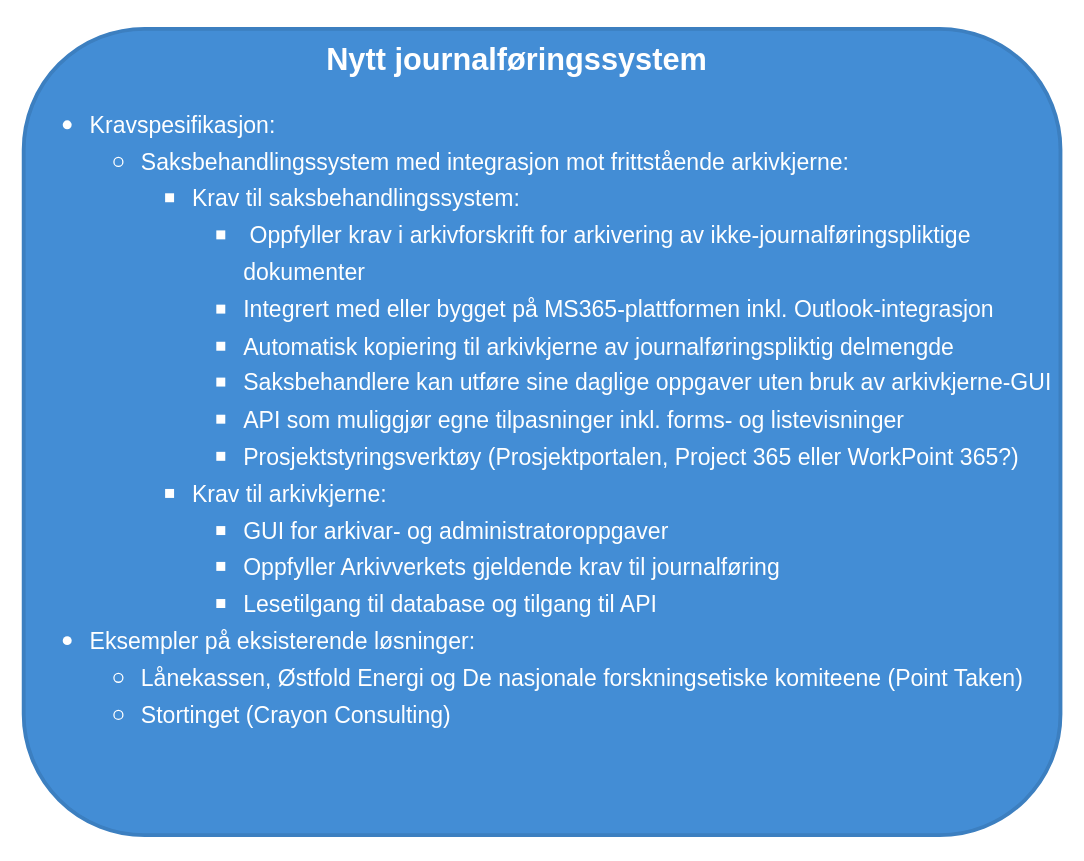
The draw.io diagram page "Nytt journalføringssystem" (7 of 14) of .drawio in mortenee/draw.io, before the edit. Source tidied: cells renumbered, new cells numbered last; positions are measured from the earlier drawing's top-left corner, leaving out a move shared by most shapes. Both pictures are drawn from the tidied source at 128%, with x=0, y=0 at pixel (23, 28).
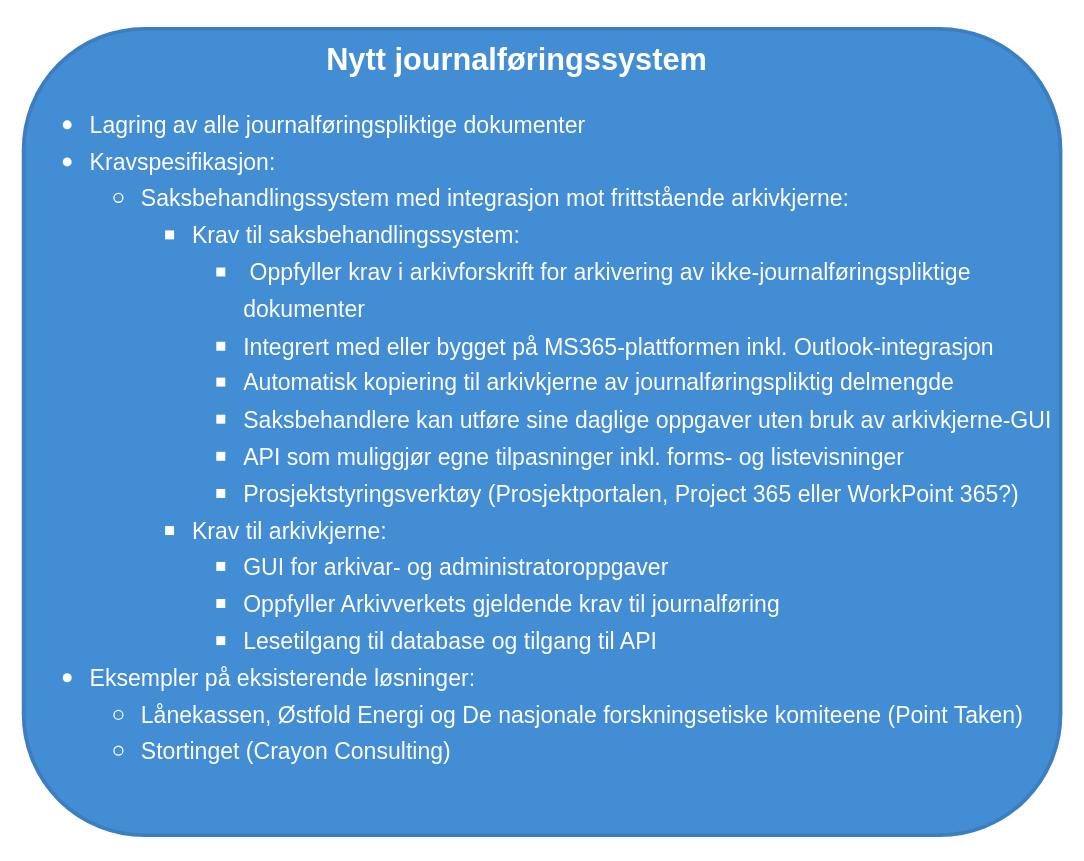
The same page after the edit.

Change to the diagram source:
```diff
@@
 <mxGraphModel>
   <root>
     <mxCell id="0" />
     <mxCell id="1" parent="0" />
-    <mxCell id="2" value="&lt;h1 style=&quot;margin-top: 0px;&quot;&gt;&lt;div&gt;&lt;span style=&quot;font-size: 18px; font-weight: 400;&quot;&gt;&lt;br&gt;&lt;/span&gt;&lt;/div&gt;&lt;ul&gt;&lt;li&gt;&lt;span style=&quot;font-size: 18px; font-weight: 400;&quot;&gt;Kravspesifikasjon:&lt;/span&gt;&lt;/li&gt;&lt;ul&gt;&lt;li&gt;&lt;span style=&quot;background-color: initial; font-size: 18px; font-weight: 400;&quot;&gt;Saksbehandlingssystem med integrasjon mot frittstående arkivkjerne:&lt;/span&gt;&lt;/li&gt;&lt;ul&gt;&lt;li&gt;&lt;span style=&quot;font-size: 18px; font-weight: 400;&quot;&gt;Krav til saksbehandlingssystem:&lt;/span&gt;&lt;/li&gt;&lt;ul&gt;&lt;li&gt;&lt;span style=&quot;font-size: 18px; font-weight: 400;&quot;&gt;&amp;nbsp;Oppfyller krav i arkivforskrift for arkivering av ikke-journalføringspliktige dokumenter&lt;/span&gt;&lt;/li&gt;&lt;li&gt;&lt;span style=&quot;font-size: 18px; font-weight: 400;&quot;&gt;Integrert med eller bygget på MS365-plattformen inkl. Outlook-integrasjon&lt;/span&gt;&lt;/li&gt;&lt;li&gt;&lt;span style=&quot;font-size: 18px; font-weight: 400;&quot;&gt;Automatisk kopiering til arkivkjerne av journalføringspliktig delmengde&lt;/span&gt;&lt;/li&gt;&lt;li&gt;&lt;span style=&quot;font-size: 18px; font-weight: 400;&quot;&gt;Saksbehandlere kan utføre sine daglige oppgaver uten bruk av arkivkjerne-GUI&lt;/span&gt;&lt;/li&gt;&lt;li&gt;&lt;span style=&quot;font-size: 18px; font-weight: 400;&quot;&gt;API som muliggjør egne tilpasninger inkl. forms- og listevisninger&amp;nbsp;&lt;/span&gt;&lt;/li&gt;&lt;li&gt;&lt;span style=&quot;font-size: 18px; font-weight: 400;&quot;&gt;Prosjektstyringsverktøy (Prosjektportalen, Project 365 eller WorkPoint 365?)&lt;/span&gt;&lt;/li&gt;&lt;/ul&gt;&lt;li&gt;&lt;span style=&quot;font-size: 18px; font-weight: 400;&quot;&gt;Krav til arkivkjerne:&lt;/span&gt;&lt;/li&gt;&lt;ul&gt;&lt;li&gt;&lt;span style=&quot;font-size: 18px; font-weight: 400;&quot;&gt;GUI for arkivar- og administratoroppgaver&lt;/span&gt;&lt;/li&gt;&lt;li&gt;&lt;span style=&quot;font-size: 18px; font-weight: 400;&quot;&gt;Oppfyller Arkivverkets gjeldende krav til journalføring&lt;/span&gt;&lt;/li&gt;&lt;li&gt;&lt;span style=&quot;font-size: 18px; font-weight: 400;&quot;&gt;Lesetilgang til database og tilgang til API&lt;span style=&quot;white-space: pre;&quot;&gt;&#9;&lt;/span&gt;&amp;nbsp;&lt;/span&gt;&lt;/li&gt;&lt;/ul&gt;&lt;/ul&gt;&lt;/ul&gt;&lt;li&gt;&lt;span style=&quot;font-size: 18px; font-weight: 400; background-color: initial;&quot;&gt;Eksempler på eksisterende løsninger:&lt;/span&gt;&lt;/li&gt;&lt;ul&gt;&lt;li&gt;&lt;span style=&quot;font-size: 18px; font-weight: 400;&quot;&gt;Lånekassen, Østfold Energi og De nasjonale forskningsetiske komiteene (Point Taken)&lt;/span&gt;&lt;/li&gt;&lt;li&gt;&lt;span style=&quot;font-size: 18px; font-weight: 400;&quot;&gt;Stortinget (Crayon Consulting)&lt;/span&gt;&lt;/li&gt;&lt;/ul&gt;&lt;/ul&gt;&lt;/h1&gt;" style="text;html=1;whiteSpace=wrap;overflow=hidden;rounded=1;fillColor=#438dd5;strokeColor=#3c7fc0;fontColor=#ffffff;fontFamily=Helvetica;fontSize=12;labelBackgroundColor=none;glass=0;shadow=0;strokeWidth=3;spacingLeft=10;" parent="1" vertex="1">
+    <mxCell id="2" value="&lt;h1 style=&quot;margin-top: 0px;&quot;&gt;&lt;div&gt;&lt;span style=&quot;font-size: 18px; font-weight: 400;&quot;&gt;&lt;br&gt;&lt;/span&gt;&lt;/div&gt;&lt;ul&gt;&lt;li&gt;&lt;span style=&quot;font-size: 18px; font-weight: 400;&quot;&gt;Lagring av alle journalføringspliktige dokumenter&lt;/span&gt;&lt;/li&gt;&lt;li&gt;&lt;span style=&quot;font-size: 18px; font-weight: 400;&quot;&gt;Kravspesifikasjon:&lt;/span&gt;&lt;/li&gt;&lt;ul&gt;&lt;li&gt;&lt;span style=&quot;background-color: initial; font-size: 18px; font-weight: 400;&quot;&gt;Saksbehandlingssystem med integrasjon mot frittstående arkivkjerne:&lt;/span&gt;&lt;/li&gt;&lt;ul&gt;&lt;li&gt;&lt;span style=&quot;font-size: 18px; font-weight: 400;&quot;&gt;Krav til saksbehandlingssystem:&lt;/span&gt;&lt;/li&gt;&lt;ul&gt;&lt;li&gt;&lt;span style=&quot;font-size: 18px; font-weight: 400;&quot;&gt;&amp;nbsp;Oppfyller krav i arkivforskrift for arkivering av ikke-journalføringspliktige dokumenter&lt;/span&gt;&lt;/li&gt;&lt;li&gt;&lt;span style=&quot;font-size: 18px; font-weight: 400;&quot;&gt;Integrert med eller bygget på MS365-plattformen inkl. Outlook-integrasjon&lt;/span&gt;&lt;/li&gt;&lt;li&gt;&lt;span style=&quot;font-size: 18px; font-weight: 400;&quot;&gt;Automatisk kopiering til arkivkjerne av journalføringspliktig delmengde&lt;/span&gt;&lt;/li&gt;&lt;li&gt;&lt;span style=&quot;font-size: 18px; font-weight: 400;&quot;&gt;Saksbehandlere kan utføre sine daglige oppgaver uten bruk av arkivkjerne-GUI&lt;/span&gt;&lt;/li&gt;&lt;li&gt;&lt;span style=&quot;font-size: 18px; font-weight: 400;&quot;&gt;API som muliggjør egne tilpasninger inkl. forms- og listevisninger&amp;nbsp;&lt;/span&gt;&lt;/li&gt;&lt;li&gt;&lt;span style=&quot;font-size: 18px; font-weight: 400;&quot;&gt;Prosjektstyringsverktøy (Prosjektportalen, Project 365 eller WorkPoint 365?)&lt;/span&gt;&lt;/li&gt;&lt;/ul&gt;&lt;li&gt;&lt;span style=&quot;font-size: 18px; font-weight: 400;&quot;&gt;Krav til arkivkjerne:&lt;/span&gt;&lt;/li&gt;&lt;ul&gt;&lt;li&gt;&lt;span style=&quot;font-size: 18px; font-weight: 400;&quot;&gt;GUI for arkivar- og administratoroppgaver&lt;/span&gt;&lt;/li&gt;&lt;li&gt;&lt;span style=&quot;font-size: 18px; font-weight: 400;&quot;&gt;Oppfyller Arkivverkets gjeldende krav til journalføring&lt;/span&gt;&lt;/li&gt;&lt;li&gt;&lt;span style=&quot;font-size: 18px; font-weight: 400;&quot;&gt;Lesetilgang til database og tilgang til API&lt;span style=&quot;white-space: pre;&quot;&gt;&#9;&lt;/span&gt;&amp;nbsp;&lt;/span&gt;&lt;/li&gt;&lt;/ul&gt;&lt;/ul&gt;&lt;/ul&gt;&lt;li&gt;&lt;span style=&quot;font-size: 18px; font-weight: 400; background-color: initial;&quot;&gt;Eksempler på eksisterende løsninger:&lt;/span&gt;&lt;/li&gt;&lt;ul&gt;&lt;li&gt;&lt;span style=&quot;font-size: 18px; font-weight: 400;&quot;&gt;Lånekassen, Østfold Energi og De nasjonale forskningsetiske komiteene (Point Taken)&lt;/span&gt;&lt;/li&gt;&lt;li&gt;&lt;span style=&quot;font-size: 18px; font-weight: 400;&quot;&gt;Stortinget (Crayon Consulting)&lt;/span&gt;&lt;/li&gt;&lt;/ul&gt;&lt;/ul&gt;&lt;/h1&gt;" style="text;html=1;whiteSpace=wrap;overflow=hidden;rounded=1;fillColor=#438dd5;strokeColor=#3c7fc0;fontColor=#ffffff;fontFamily=Helvetica;fontSize=12;labelBackgroundColor=none;glass=0;shadow=0;strokeWidth=3;spacingLeft=10;" parent="1" vertex="1">
       <mxGeometry width="810" height="630" as="geometry" />
     </mxCell>
     <mxCell id="3" value="&lt;h1&gt;Nytt journalføringssystem&lt;/h1&gt;" style="text;html=1;align=center;verticalAlign=middle;rounded=0;fontColor=#FFFFFF;" parent="1" vertex="1">
       <mxGeometry x="320" y="10" width="130" height="30" as="geometry" />
     </mxCell>
   </root>
 </mxGraphModel>
```
